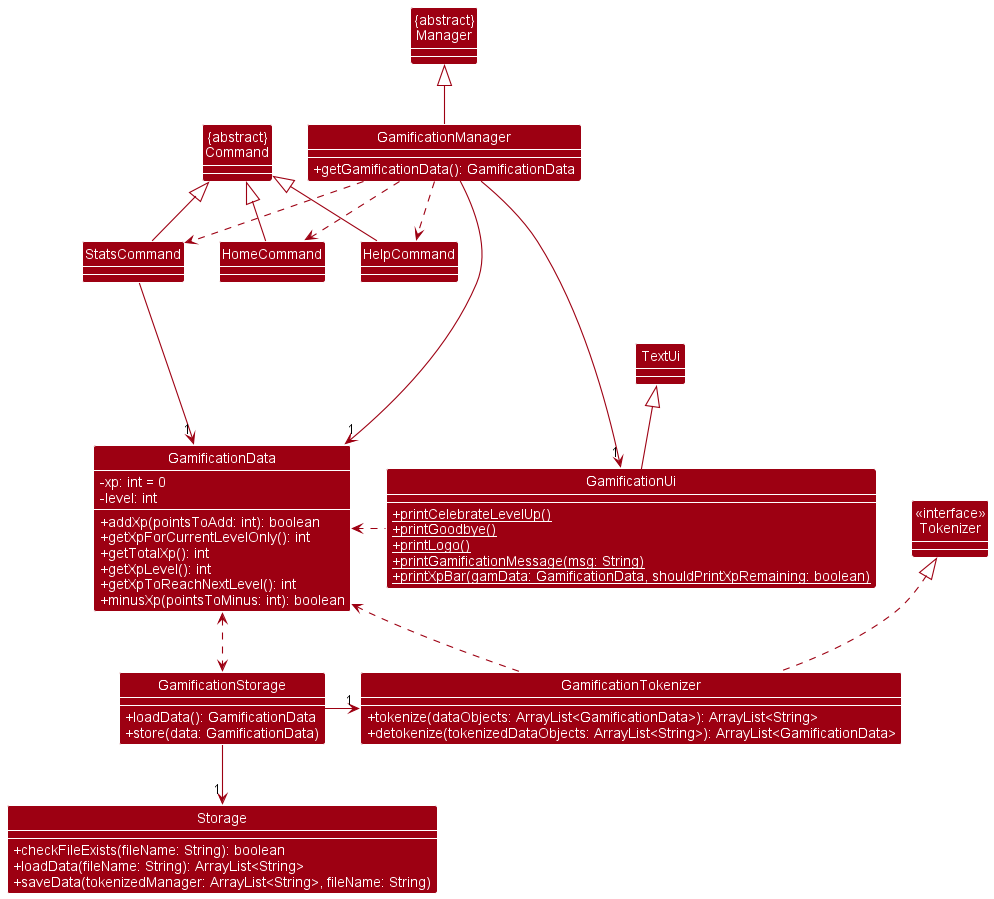
The PlantUML diagram docs/diagrams/GamificationClassDiagram.png in wenxin-c/tp, before a commit.
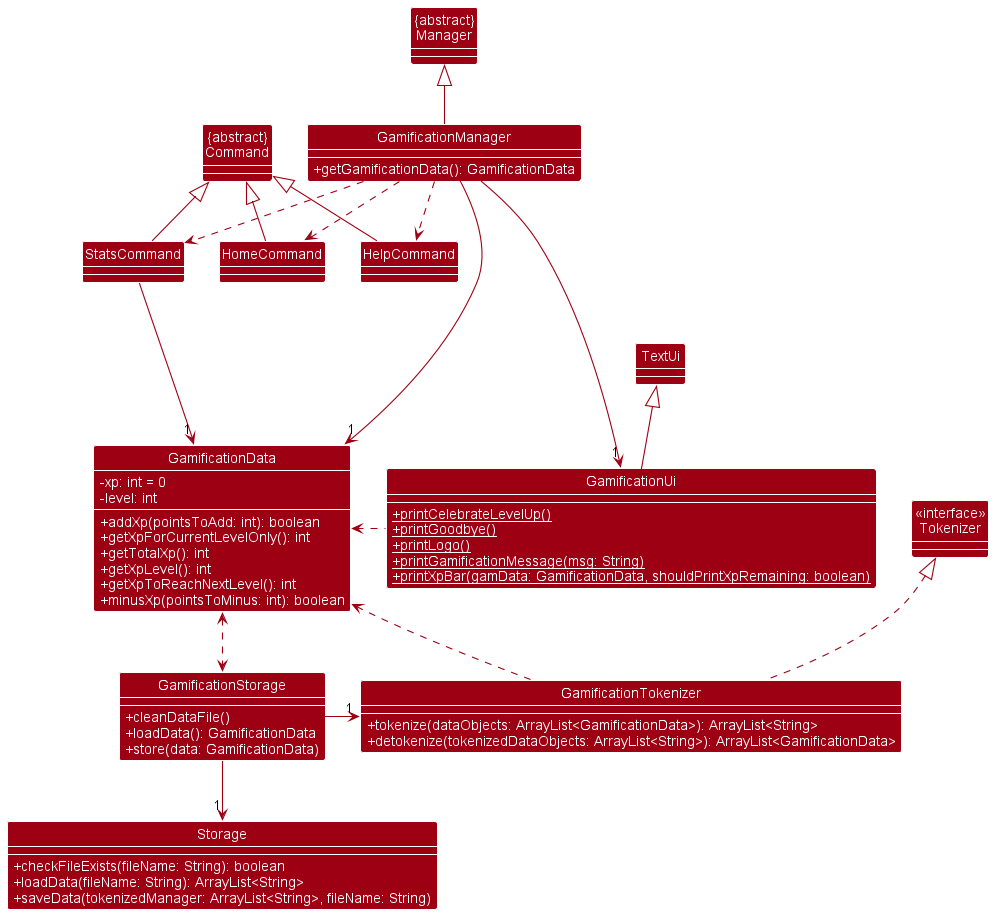
Later version of the same file.

Commit message:
Update gamification Class Diagram

Change to the diagram source:
```diff
@@ -15,6 +15,7 @@
     + minusXp(pointsToMinus: int): boolean
 }
 class GamificationStorage {
+    + cleanDataFile()
     + loadData(): GamificationData
     + store(data: GamificationData)
 }
```
